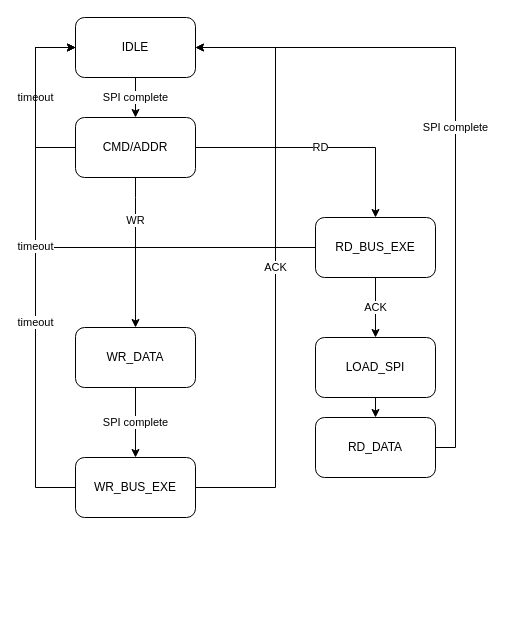
Earlier version of the draw.io diagram page "SPI FSM Expanded" (3 of 3) of 04-design/MIDI Router HDL Design.drawio (kjanderson/MIDI-Router). Source tidied: cells renumbered, new cells numbered last; positions are measured from the earlier drawing's top-left corner, leaving out a move shared by most shapes. Both pictures are drawn from the tidied source at 100%, with x=0, y=0 at pixel (35, 17).
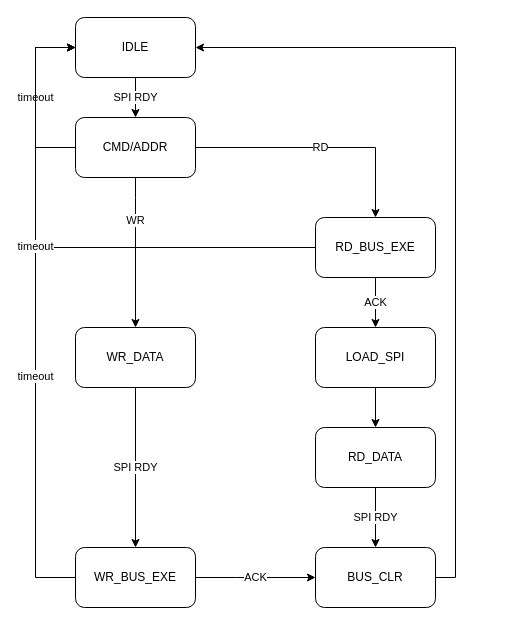
The same diagram, later.

The change refers to these unchanged cells:
```xml
<mxCell id="3" value="IDLE" style="rounded=1;whiteSpace=wrap;html=1;" parent="1" vertex="1">
  <mxGeometry x="40" width="120" height="60" as="geometry" />
</mxCell>
<mxCell id="9" value="WR_DATA" style="rounded=1;whiteSpace=wrap;html=1;" parent="1" vertex="1">
  <mxGeometry x="40" y="310" width="120" height="60" as="geometry" />
</mxCell>
```

Diff of the diagram source:
```diff
@@
-    <mxCell id="2" value="SPI complete" style="edgeStyle=orthogonalEdgeStyle;rounded=0;jettySize=auto;html=1;exitX=0.5;exitY=1;exitDx=0;exitDy=0;entryX=0.5;entryY=0;entryDx=0;entryDy=0;" parent="1" edge="1" source="3" target="7">
+    <mxCell id="2" value="&lt;div&gt;SPI RDY&lt;/div&gt;" style="edgeStyle=orthogonalEdgeStyle;rounded=0;jettySize=auto;html=1;exitX=0.5;exitY=1;exitDx=0;exitDy=0;entryX=0.5;entryY=0;entryDx=0;entryDy=0;" parent="1" edge="1" source="3" target="7">
       <mxGeometry relative="1" as="geometry" />
     </mxCell>
@@
-    <mxCell id="4" value="&lt;div&gt;WR&lt;/div&gt;" style="edgeStyle=orthogonalEdgeStyle;rounded=0;jettySize=auto;html=1;exitX=0.5;exitY=1;exitDx=0;exitDy=0;entryX=0.5;entryY=0;entryDx=0;entryDy=0;" parent="1" edge="1" source="7" target="9">
+    <mxCell id="4" value="&lt;div&gt;WR&lt;br&gt;&lt;/div&gt;" style="edgeStyle=orthogonalEdgeStyle;rounded=0;jettySize=auto;html=1;exitX=0.5;exitY=1;exitDx=0;exitDy=0;entryX=0.5;entryY=0;entryDx=0;entryDy=0;" parent="1" edge="1" source="7" target="9">
       <mxGeometry x="-0.43" relative="1" as="geometry">
         <Array as="points">
           <mxPoint x="100" y="180" />
           <mxPoint x="100" y="180" />
         </Array>
       </mxGeometry>
     </mxCell>
@@
-    <mxCell id="7" value="CMD/ADDR" style="rounded=1;whiteSpace=wrap;html=1;" parent="1" vertex="1">
+    <mxCell id="7" value="&lt;div&gt;CMD/ADDR&lt;/div&gt;" style="rounded=1;whiteSpace=wrap;html=1;" parent="1" vertex="1">
       <mxGeometry x="40" y="100" width="120" height="60" as="geometry" />
     </mxCell>
-    <mxCell id="8" value="SPI complete" style="edgeStyle=orthogonalEdgeStyle;rounded=0;jettySize=auto;html=1;exitX=0.5;exitY=1;exitDx=0;exitDy=0;entryX=0.5;entryY=0;entryDx=0;entryDy=0;" parent="1" edge="1" source="9" target="13">
+    <mxCell id="8" value="SPI RDY" style="edgeStyle=orthogonalEdgeStyle;rounded=0;jettySize=auto;html=1;exitX=0.5;exitY=1;exitDx=0;exitDy=0;entryX=0.5;entryY=0;entryDx=0;entryDy=0;" parent="1" edge="1" source="9" target="13">
       <mxGeometry relative="1" as="geometry" />
     </mxCell>
@@
     <mxCell id="11" value="timeout" style="edgeStyle=orthogonalEdgeStyle;rounded=0;jettySize=auto;html=1;exitX=0;exitY=0.5;exitDx=0;exitDy=0;entryX=0;entryY=0.5;entryDx=0;entryDy=0;" parent="1" edge="1" source="13" target="3">
       <mxGeometry x="-0.21" relative="1" as="geometry">
         <Array as="points">
-          <mxPoint y="470" />
+          <mxPoint y="560" />
           <mxPoint y="30" />
         </Array>
       </mxGeometry>
     </mxCell>
-    <mxCell id="12" value="ACK" style="edgeStyle=orthogonalEdgeStyle;rounded=0;jettySize=auto;html=1;exitX=1;exitY=0.5;exitDx=0;exitDy=0;entryX=1;entryY=0.5;entryDx=0;entryDy=0;" parent="1" edge="1" source="13" target="3">
+    <mxCell id="12" value="ACK" style="edgeStyle=orthogonalEdgeStyle;rounded=0;jettySize=auto;html=1;exitX=1;exitY=0.5;exitDx=0;exitDy=0;entryX=0;entryY=0.5;entryDx=0;entryDy=0;" parent="1" edge="1" source="13" target="21">
       <mxGeometry relative="1" as="geometry">
         <Array as="points">
-          <mxPoint x="240" y="470" />
-          <mxPoint x="240" y="30" />
+          <mxPoint x="200" y="560" />
+          <mxPoint x="200" y="560" />
         </Array>
       </mxGeometry>
     </mxCell>
-    <mxCell id="13" value="WR_BUS_EXE" style="rounded=1;whiteSpace=wrap;html=1;" parent="1" vertex="1">
-      <mxGeometry x="40" y="440" width="120" height="60" as="geometry" />
+    <mxCell id="13" value="&lt;div&gt;WR_BUS_EXE&lt;/div&gt;" style="rounded=1;whiteSpace=wrap;html=1;" parent="1" vertex="1">
+      <mxGeometry x="40" y="530" width="120" height="60" as="geometry" />
     </mxCell>
-    <mxCell id="14" value="SPI complete" style="edgeStyle=orthogonalEdgeStyle;rounded=0;jettySize=auto;html=1;exitX=1;exitY=0.5;exitDx=0;exitDy=0;entryX=1;entryY=0.5;entryDx=0;entryDy=0;" parent="1" edge="1" source="15" target="3">
+    <mxCell id="14" style="edgeStyle=orthogonalEdgeStyle;rounded=0;jettySize=auto;html=1;exitX=1;exitY=0.5;exitDx=0;exitDy=0;entryX=1;entryY=0.5;entryDx=0;entryDy=0;" parent="1" edge="1" source="21" target="3">
       <mxGeometry relative="1" as="geometry" />
     </mxCell>
+    <mxCell id="20" value="SPI RDY" style="edgeStyle=orthogonalEdgeStyle;rounded=0;jettySize=auto;html=1;exitX=0.5;exitY=1;exitDx=0;exitDy=0;" parent="1" edge="1" source="15" target="21">
+      <mxGeometry relative="1" as="geometry" />
+    </mxCell>
     <mxCell id="15" value="RD_DATA" style="rounded=1;whiteSpace=wrap;html=1;" parent="1" vertex="1">
-      <mxGeometry x="280" y="400" width="120" height="60" as="geometry" />
+      <mxGeometry x="280" y="410" width="120" height="60" as="geometry" />
     </mxCell>
@@
     <mxCell id="17" value="LOAD_SPI" style="rounded=1;whiteSpace=wrap;html=1;" parent="1" vertex="1">
-      <mxGeometry x="280" y="320" width="120" height="60" as="geometry" />
+      <mxGeometry x="280" y="310" width="120" height="60" as="geometry" />
     </mxCell>
@@
+    <mxCell id="21" value="&lt;div&gt;BUS_CLR&lt;/div&gt;" style="rounded=1;whiteSpace=wrap;html=1;" parent="1" vertex="1">
+      <mxGeometry x="280" y="530" width="120" height="60" as="geometry" />
+    </mxCell>
```
